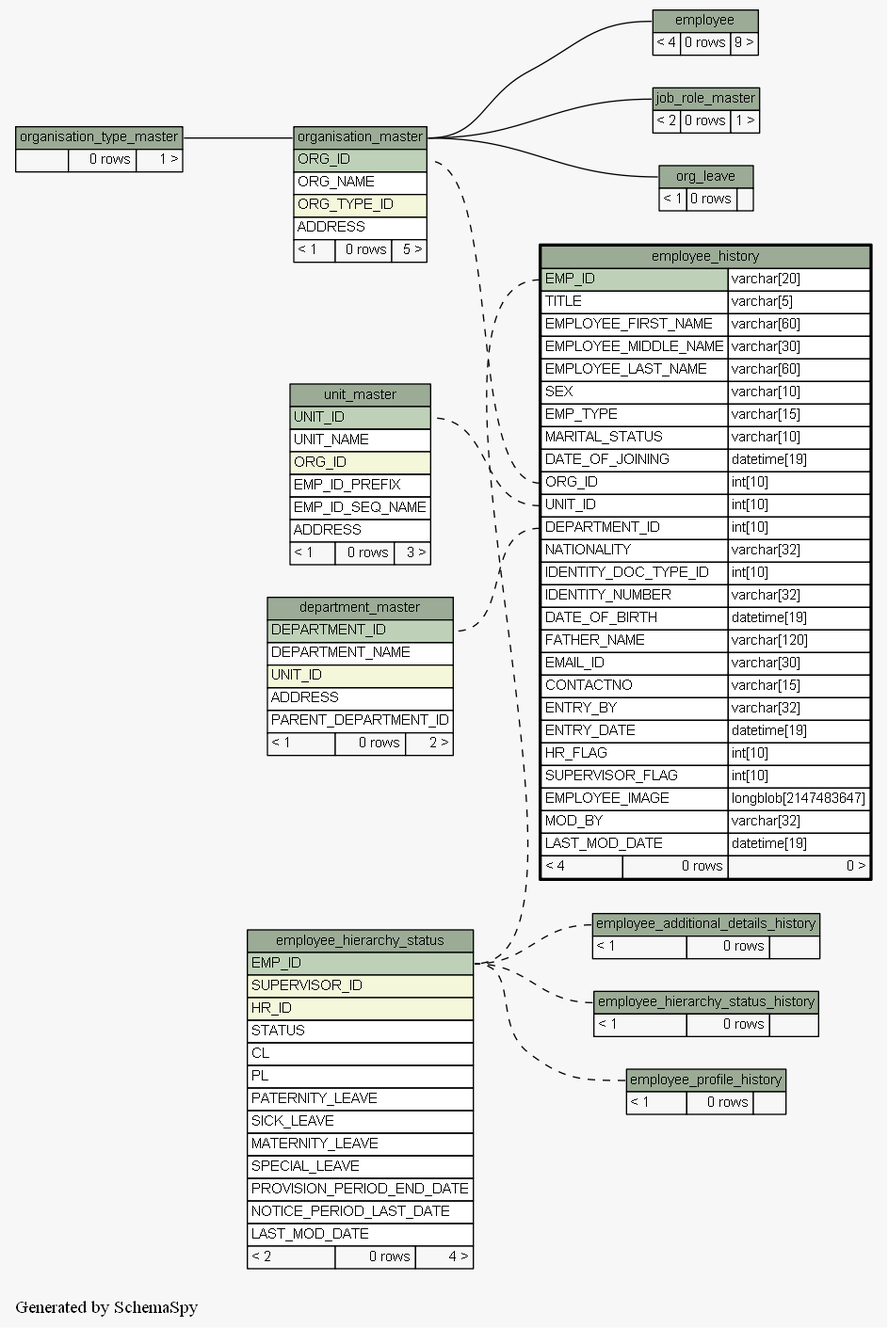
Above: docs/database/schemaspy/graphs/employee_history.implied2degrees.png in engineerscraft/hrms (Graphviz), before the change. Its source is kept beside it as docs/database/schemaspy/graphs/employee_history.implied2degrees.dot.
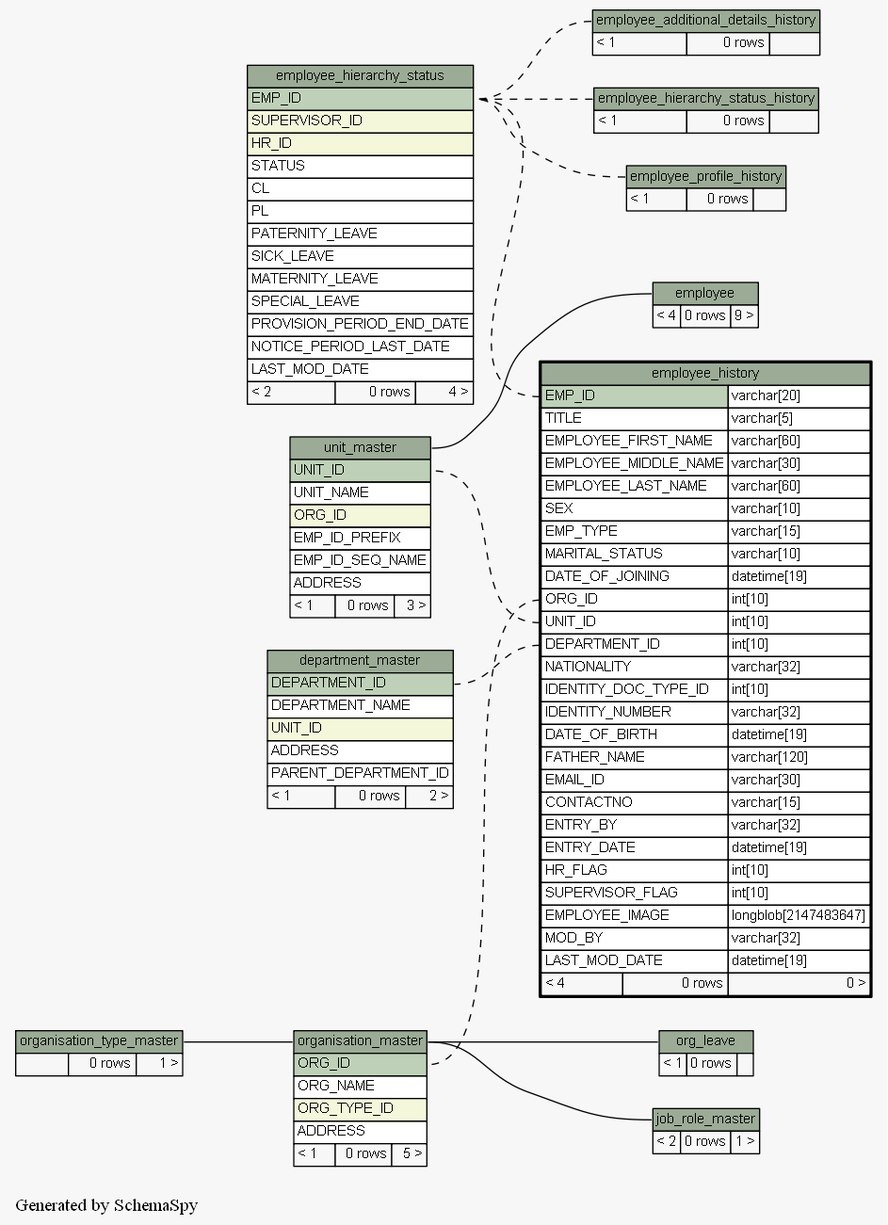
Later version of the same file.

The edit, as a diff of the source:
```diff
@@ -13,7 +13,7 @@
   edge [
     arrowsize="0.8"
   ];
-  "employee":"employee.heading":w -> "organisation_master":"organisation_master.heading":e [arrowtail=crowodot arrowhead=none];
+  "employee":"employee.heading":w -> "unit_master":"unit_master.heading":e [arrowtail=crowodot arrowhead=none];
   "employee_additional_details_history":"employee_additional_details_history.heading":w -> "employee_hierarchy_status":"EMP_ID":e [arrowtail=tee arrowhead=none style=dashed];
   "employee_hierarchy_status_history":"employee_hierarchy_status_history.heading":w -> "employee_hierarchy_status":"EMP_ID":e [arrowtail=tee arrowhead=none style=dashed];
   "employee_history":"DEPARTMENT_ID":w -> "department_master":"DEPARTMENT_ID":e [arrowtail=crowodot arrowhead=none style=dashed];
```
